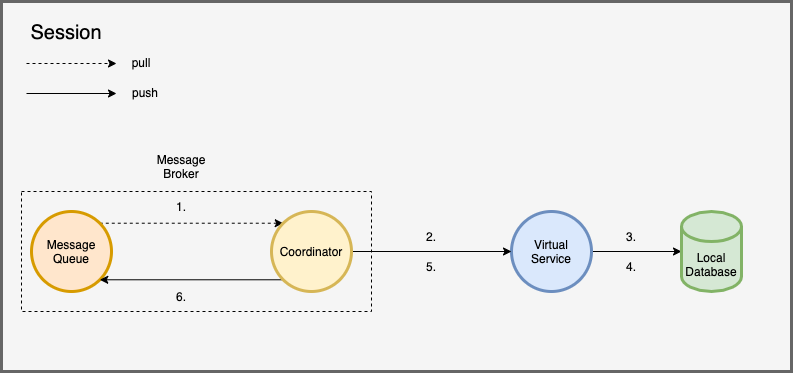
Earlier version of the draw.io export img/diagram-processing.drawio.png (ccchrunik/hierasaga). Source tidied: cells renumbered, new cells last; positions are measured from the earlier drawing's top-left corner, leaving out a move shared by most shapes. Its diagram source:
```xml
<mxGraphModel>
  <root>
    <mxCell id="0" />
    <mxCell id="1" parent="0" />
    <mxCell id="2" style="rounded=0;whiteSpace=wrap;html=1;strokeWidth=3;fillColor=#f5f5f5;strokeColor=#666666;fontColor=#333333;" parent="1" vertex="1">
      <mxGeometry width="790" height="370" as="geometry" />
    </mxCell>
    <mxCell id="3" style="edgeStyle=none;rounded=0;jettySize=auto;html=1;exitX=1;exitY=0;exitDx=0;exitDy=0;entryX=0;entryY=0;entryDx=0;entryDy=0;startArrow=none;startFill=0;dashed=1;" parent="1" edge="1" source="4" target="9">
      <mxGeometry relative="1" as="geometry" />
    </mxCell>
    <mxCell id="4" value="Message&lt;br&gt;Queue" style="ellipse;whiteSpace=wrap;html=1;strokeWidth=3;fillColor=#ffe6cc;strokeColor=#d79b00;" parent="1" vertex="1">
      <mxGeometry x="30" y="210" width="80" height="80" as="geometry" />
    </mxCell>
    <mxCell id="5" style="edgeStyle=none;rounded=0;jettySize=auto;html=1;exitX=1;exitY=0.5;exitDx=0;exitDy=0;entryX=0;entryY=0.5;entryDx=0;entryDy=0;entryPerimeter=0;startArrow=none;startFill=0;" parent="1" edge="1" source="6" target="10">
      <mxGeometry relative="1" as="geometry" />
    </mxCell>
    <mxCell id="6" value="Virtual&lt;br&gt;Service" style="ellipse;whiteSpace=wrap;html=1;strokeWidth=3;fillColor=#dae8fc;strokeColor=#6c8ebf;" parent="1" vertex="1">
      <mxGeometry x="510" y="210" width="80" height="80" as="geometry" />
    </mxCell>
    <mxCell id="7" style="edgeStyle=none;rounded=0;jettySize=auto;html=1;exitX=1;exitY=0.5;exitDx=0;exitDy=0;entryX=0;entryY=0.5;entryDx=0;entryDy=0;startArrow=none;startFill=0;" parent="1" edge="1" source="9" target="6">
      <mxGeometry relative="1" as="geometry" />
    </mxCell>
    <mxCell id="8" style="edgeStyle=none;rounded=0;jettySize=auto;html=1;exitX=0;exitY=1;exitDx=0;exitDy=0;entryX=1;entryY=1;entryDx=0;entryDy=0;startArrow=none;startFill=0;" parent="1" edge="1" source="9" target="4">
      <mxGeometry relative="1" as="geometry" />
    </mxCell>
    <mxCell id="9" value="Coordinator" style="ellipse;whiteSpace=wrap;html=1;strokeWidth=3;fillColor=#fff2cc;strokeColor=#d6b656;" parent="1" vertex="1">
      <mxGeometry x="270" y="210" width="80" height="80" as="geometry" />
    </mxCell>
    <mxCell id="10" value="Local&lt;br&gt;Database" style="shape=cylinder3;whiteSpace=wrap;html=1;boundedLbl=1;backgroundOutline=1;size=15;strokeWidth=3;fillColor=#d5e8d4;strokeColor=#82b366;" parent="1" vertex="1">
      <mxGeometry x="680" y="210" width="60" height="80" as="geometry" />
    </mxCell>
    <mxCell id="11" value="&lt;font style=&quot;font-size: 20px&quot;&gt;Session&lt;/font&gt;" style="text;html=1;strokeColor=none;fillColor=none;align=center;verticalAlign=middle;whiteSpace=wrap;rounded=0;" parent="1" vertex="1">
      <mxGeometry x="20" y="16" width="90" height="30" as="geometry" />
    </mxCell>
    <mxCell id="12" value="1." style="text;html=1;strokeColor=none;fillColor=none;align=center;verticalAlign=middle;whiteSpace=wrap;rounded=0;" parent="1" vertex="1">
      <mxGeometry x="150" y="190" width="60" height="30" as="geometry" />
    </mxCell>
    <mxCell id="13" style="group;" parent="1" vertex="1">
      <mxGeometry x="25" y="46" width="159" height="60" as="geometry" />
    </mxCell>
    <mxCell id="14" style="edgeStyle=none;rounded=0;orthogonalLoop=1;jettySize=auto;html=1;entryX=0;entryY=0.5;entryDx=0;entryDy=0;dashed=1;startArrow=none;startFill=0;" parent="13" edge="1">
      <mxGeometry as="geometry">
        <mxPoint y="16" as="sourcePoint" />
        <mxPoint x="90" y="16" as="targetPoint" />
      </mxGeometry>
    </mxCell>
    <mxCell id="15" style="edgeStyle=none;rounded=0;orthogonalLoop=1;jettySize=auto;html=1;entryX=0;entryY=0.5;entryDx=0;entryDy=0;startArrow=none;startFill=0;" parent="13" edge="1">
      <mxGeometry as="geometry">
        <mxPoint y="46" as="sourcePoint" />
        <mxPoint x="90" y="46" as="targetPoint" />
      </mxGeometry>
    </mxCell>
    <mxCell id="16" value="pull" style="text;html=1;strokeColor=none;fillColor=none;align=center;verticalAlign=middle;whiteSpace=wrap;rounded=0;" parent="13" vertex="1">
      <mxGeometry x="75" width="80" height="30" as="geometry" />
    </mxCell>
    <mxCell id="17" value="push" style="text;html=1;strokeColor=none;fillColor=none;align=center;verticalAlign=middle;whiteSpace=wrap;rounded=0;" parent="13" vertex="1">
      <mxGeometry x="79" y="30" width="80" height="30" as="geometry" />
    </mxCell>
    <mxCell id="18" value="2." style="text;html=1;strokeColor=none;fillColor=none;align=center;verticalAlign=middle;whiteSpace=wrap;rounded=0;" parent="1" vertex="1">
      <mxGeometry x="400" y="220" width="60" height="30" as="geometry" />
    </mxCell>
    <mxCell id="19" value="3." style="text;html=1;strokeColor=none;fillColor=none;align=center;verticalAlign=middle;whiteSpace=wrap;rounded=0;" parent="1" vertex="1">
      <mxGeometry x="600" y="220" width="60" height="30" as="geometry" />
    </mxCell>
    <mxCell id="20" value="5." style="text;html=1;strokeColor=none;fillColor=none;align=center;verticalAlign=middle;whiteSpace=wrap;rounded=0;" parent="1" vertex="1">
      <mxGeometry x="400" y="250" width="60" height="30" as="geometry" />
    </mxCell>
    <mxCell id="21" style="rounded=0;whiteSpace=wrap;html=1;strokeWidth=1;fillColor=none;dashed=1;" parent="1" vertex="1">
      <mxGeometry x="20" y="190" width="350" height="120" as="geometry" />
    </mxCell>
    <mxCell id="22" value="Message&lt;br&gt;Broker" style="text;html=1;strokeColor=none;fillColor=none;align=center;verticalAlign=middle;whiteSpace=wrap;rounded=0;" parent="1" vertex="1">
      <mxGeometry x="150" y="150" width="60" height="30" as="geometry" />
    </mxCell>
    <mxCell id="23" value="6." style="text;html=1;strokeColor=none;fillColor=none;align=center;verticalAlign=middle;whiteSpace=wrap;rounded=0;" parent="1" vertex="1">
      <mxGeometry x="150" y="280" width="60" height="30" as="geometry" />
    </mxCell>
    <mxCell id="24" value="4." style="text;html=1;strokeColor=none;fillColor=none;align=center;verticalAlign=middle;whiteSpace=wrap;rounded=0;" parent="1" vertex="1">
      <mxGeometry x="600" y="250" width="60" height="30" as="geometry" />
    </mxCell>
  </root>
</mxGraphModel>
```
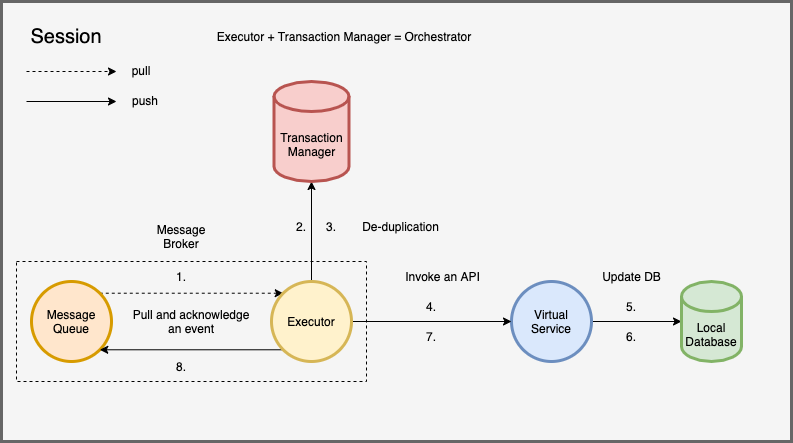
After the change.

Change to the diagram source:
```diff
@@ -1,81 +1,108 @@
 <mxGraphModel>
   <root>
-    <mxCell id="0" />
-    <mxCell id="1" parent="0" />
-    <mxCell id="2" style="rounded=0;whiteSpace=wrap;html=1;strokeWidth=3;fillColor=#f5f5f5;strokeColor=#666666;fontColor=#333333;" parent="1" vertex="1">
-      <mxGeometry width="790" height="370" as="geometry" />
-    </mxCell>
-    <mxCell id="3" style="edgeStyle=none;rounded=0;jettySize=auto;html=1;exitX=1;exitY=0;exitDx=0;exitDy=0;entryX=0;entryY=0;entryDx=0;entryDy=0;startArrow=none;startFill=0;dashed=1;" parent="1" edge="1" source="4" target="9">
-      <mxGeometry relative="1" as="geometry" />
-    </mxCell>
+    <mxCell id="25" />
+    <mxCell id="26" parent="25" />
+    <mxCell id="27" style="rounded=0;whiteSpace=wrap;html=1;strokeWidth=3;fillColor=#f5f5f5;strokeColor=#666666;fontColor=#333333;" parent="26" vertex="1">
+      <mxGeometry y="-70" width="790" height="440" as="geometry" />
+    </mxCell>
+    <mxCell id="28" style="edgeStyle=none;rounded=0;jettySize=auto;html=1;exitX=1;exitY=0;exitDx=0;exitDy=0;entryX=0;entryY=0;entryDx=0;entryDy=0;startArrow=none;startFill=0;dashed=1;" parent="26" edge="1" source="4" target="32">
+      <mxGeometry relative="1" as="geometry" />
+    </mxCell>
-    <mxCell id="4" value="Message&lt;br&gt;Queue" style="ellipse;whiteSpace=wrap;html=1;strokeWidth=3;fillColor=#ffe6cc;strokeColor=#d79b00;" parent="1" vertex="1">
+    <mxCell id="4" value="Message&lt;br&gt;Queue" style="ellipse;whiteSpace=wrap;html=1;strokeWidth=3;fillColor=#ffe6cc;strokeColor=#d79b00;" parent="26" vertex="1">
       <mxGeometry x="30" y="210" width="80" height="80" as="geometry" />
     </mxCell>
-    <mxCell id="5" style="edgeStyle=none;rounded=0;jettySize=auto;html=1;exitX=1;exitY=0.5;exitDx=0;exitDy=0;entryX=0;entryY=0.5;entryDx=0;entryDy=0;entryPerimeter=0;startArrow=none;startFill=0;" parent="1" edge="1" source="6" target="10">
+    <mxCell id="5" style="edgeStyle=none;rounded=0;jettySize=auto;html=1;exitX=1;exitY=0.5;exitDx=0;exitDy=0;entryX=0;entryY=0.5;entryDx=0;entryDy=0;entryPerimeter=0;startArrow=none;startFill=0;" parent="26" edge="1" source="6" target="10">
       <mxGeometry relative="1" as="geometry" />
     </mxCell>
-    <mxCell id="6" value="Virtual&lt;br&gt;Service" style="ellipse;whiteSpace=wrap;html=1;strokeWidth=3;fillColor=#dae8fc;strokeColor=#6c8ebf;" parent="1" vertex="1">
+    <mxCell id="6" value="Virtual&lt;br&gt;Service" style="ellipse;whiteSpace=wrap;html=1;strokeWidth=3;fillColor=#dae8fc;strokeColor=#6c8ebf;" parent="26" vertex="1">
       <mxGeometry x="510" y="210" width="80" height="80" as="geometry" />
     </mxCell>
-    <mxCell id="7" style="edgeStyle=none;rounded=0;jettySize=auto;html=1;exitX=1;exitY=0.5;exitDx=0;exitDy=0;entryX=0;entryY=0.5;entryDx=0;entryDy=0;startArrow=none;startFill=0;" parent="1" edge="1" source="9" target="6">
-      <mxGeometry relative="1" as="geometry" />
-    </mxCell>
-    <mxCell id="8" style="edgeStyle=none;rounded=0;jettySize=auto;html=1;exitX=0;exitY=1;exitDx=0;exitDy=0;entryX=1;entryY=1;entryDx=0;entryDy=0;startArrow=none;startFill=0;" parent="1" edge="1" source="9" target="4">
-      <mxGeometry relative="1" as="geometry" />
-    </mxCell>
-    <mxCell id="9" value="Coordinator" style="ellipse;whiteSpace=wrap;html=1;strokeWidth=3;fillColor=#fff2cc;strokeColor=#d6b656;" parent="1" vertex="1">
-      <mxGeometry x="270" y="210" width="80" height="80" as="geometry" />
-    </mxCell>
+    <mxCell id="29" style="edgeStyle=none;rounded=0;jettySize=auto;html=1;exitX=0.5;exitY=0;exitDx=0;exitDy=0;entryX=0.5;entryY=1;entryDx=0;entryDy=0;entryPerimeter=0;startArrow=none;startFill=0;" parent="26" edge="1" source="32" target="33">
+      <mxGeometry relative="1" as="geometry" />
+    </mxCell>
+    <mxCell id="30" style="edgeStyle=none;rounded=0;jettySize=auto;html=1;exitX=1;exitY=0.5;exitDx=0;exitDy=0;entryX=0;entryY=0.5;entryDx=0;entryDy=0;startArrow=none;startFill=0;" parent="26" edge="1" source="32" target="6">
+      <mxGeometry relative="1" as="geometry" />
+    </mxCell>
+    <mxCell id="31" style="edgeStyle=none;rounded=0;jettySize=auto;html=1;exitX=0;exitY=1;exitDx=0;exitDy=0;entryX=1;entryY=1;entryDx=0;entryDy=0;startArrow=none;startFill=0;" parent="26" edge="1" source="32" target="4">
+      <mxGeometry relative="1" as="geometry" />
+    </mxCell>
+    <mxCell id="32" value="Executor" style="ellipse;whiteSpace=wrap;html=1;strokeWidth=3;fillColor=#fff2cc;strokeColor=#d6b656;" parent="26" vertex="1">
+      <mxGeometry x="270" y="210" width="80" height="80" as="geometry" />
+    </mxCell>
+    <mxCell id="33" value="Transaction&lt;br&gt;Manager" style="shape=cylinder3;whiteSpace=wrap;html=1;boundedLbl=1;backgroundOutline=1;size=15;strokeWidth=3;fillColor=#f8cecc;strokeColor=#b85450;" parent="26" vertex="1">
+      <mxGeometry x="272.5" y="10" width="75" height="100" as="geometry" />
+    </mxCell>
-    <mxCell id="10" value="Local&lt;br&gt;Database" style="shape=cylinder3;whiteSpace=wrap;html=1;boundedLbl=1;backgroundOutline=1;size=15;strokeWidth=3;fillColor=#d5e8d4;strokeColor=#82b366;" parent="1" vertex="1">
+    <mxCell id="10" value="Local&lt;br&gt;Database" style="shape=cylinder3;whiteSpace=wrap;html=1;boundedLbl=1;backgroundOutline=1;size=15;strokeWidth=3;fillColor=#d5e8d4;strokeColor=#82b366;" parent="26" vertex="1">
       <mxGeometry x="680" y="210" width="60" height="80" as="geometry" />
     </mxCell>
-    <mxCell id="11" value="&lt;font style=&quot;font-size: 20px&quot;&gt;Session&lt;/font&gt;" style="text;html=1;strokeColor=none;fillColor=none;align=center;verticalAlign=middle;whiteSpace=wrap;rounded=0;" parent="1" vertex="1">
-      <mxGeometry x="20" y="16" width="90" height="30" as="geometry" />
+    <mxCell id="11" value="&lt;font style=&quot;font-size: 20px&quot;&gt;Session&lt;/font&gt;" style="text;html=1;strokeColor=none;fillColor=none;align=center;verticalAlign=middle;whiteSpace=wrap;rounded=0;" parent="26" vertex="1">
+      <mxGeometry x="20" y="-50" width="90" height="30" as="geometry" />
     </mxCell>
-    <mxCell id="12" value="1." style="text;html=1;strokeColor=none;fillColor=none;align=center;verticalAlign=middle;whiteSpace=wrap;rounded=0;" parent="1" vertex="1">
+    <mxCell id="12" value="1." style="text;html=1;strokeColor=none;fillColor=none;align=center;verticalAlign=middle;whiteSpace=wrap;rounded=0;" parent="26" vertex="1">
       <mxGeometry x="150" y="190" width="60" height="30" as="geometry" />
     </mxCell>
-    <mxCell id="13" style="group;" parent="1" vertex="1">
-      <mxGeometry x="25" y="46" width="159" height="60" as="geometry" />
-    </mxCell>
-    <mxCell id="14" style="edgeStyle=none;rounded=0;orthogonalLoop=1;jettySize=auto;html=1;entryX=0;entryY=0.5;entryDx=0;entryDy=0;dashed=1;startArrow=none;startFill=0;" parent="13" edge="1">
-      <mxGeometry as="geometry">
-        <mxPoint y="16" as="sourcePoint" />
-        <mxPoint x="90" y="16" as="targetPoint" />
-      </mxGeometry>
-    </mxCell>
-    <mxCell id="15" style="edgeStyle=none;rounded=0;orthogonalLoop=1;jettySize=auto;html=1;entryX=0;entryY=0.5;entryDx=0;entryDy=0;startArrow=none;startFill=0;" parent="13" edge="1">
-      <mxGeometry as="geometry">
-        <mxPoint y="46" as="sourcePoint" />
-        <mxPoint x="90" y="46" as="targetPoint" />
-      </mxGeometry>
-    </mxCell>
+    <mxCell id="18" value="2." style="text;html=1;strokeColor=none;fillColor=none;align=center;verticalAlign=middle;whiteSpace=wrap;rounded=0;" parent="26" vertex="1">
+      <mxGeometry x="270" y="140" width="60" height="30" as="geometry" />
+    </mxCell>
+    <mxCell id="34" style="group;" parent="26" vertex="1">
+      <mxGeometry x="25" y="-16" width="159" height="60" as="geometry" />
+    </mxCell>
+    <mxCell id="35" style="edgeStyle=none;rounded=0;orthogonalLoop=1;jettySize=auto;html=1;entryX=0;entryY=0.5;entryDx=0;entryDy=0;dashed=1;startArrow=none;startFill=0;" parent="34" edge="1">
+      <mxGeometry as="geometry">
+        <mxPoint y="16" as="sourcePoint" />
+        <mxPoint x="90" y="16" as="targetPoint" />
+      </mxGeometry>
+    </mxCell>
+    <mxCell id="36" style="edgeStyle=none;rounded=0;orthogonalLoop=1;jettySize=auto;html=1;entryX=0;entryY=0.5;entryDx=0;entryDy=0;startArrow=none;startFill=0;" parent="34" edge="1">
+      <mxGeometry as="geometry">
+        <mxPoint y="46" as="sourcePoint" />
+        <mxPoint x="90" y="46" as="targetPoint" />
+      </mxGeometry>
+    </mxCell>
-    <mxCell id="16" value="pull" style="text;html=1;strokeColor=none;fillColor=none;align=center;verticalAlign=middle;whiteSpace=wrap;rounded=0;" parent="13" vertex="1">
+    <mxCell id="16" value="pull" style="text;html=1;strokeColor=none;fillColor=none;align=center;verticalAlign=middle;whiteSpace=wrap;rounded=0;" parent="34" vertex="1">
       <mxGeometry x="75" width="80" height="30" as="geometry" />
     </mxCell>
-    <mxCell id="17" value="push" style="text;html=1;strokeColor=none;fillColor=none;align=center;verticalAlign=middle;whiteSpace=wrap;rounded=0;" parent="13" vertex="1">
+    <mxCell id="17" value="push" style="text;html=1;strokeColor=none;fillColor=none;align=center;verticalAlign=middle;whiteSpace=wrap;rounded=0;" parent="34" vertex="1">
       <mxGeometry x="79" y="30" width="80" height="30" as="geometry" />
     </mxCell>
-    <mxCell id="18" value="2." style="text;html=1;strokeColor=none;fillColor=none;align=center;verticalAlign=middle;whiteSpace=wrap;rounded=0;" parent="1" vertex="1">
-      <mxGeometry x="400" y="220" width="60" height="30" as="geometry" />
-    </mxCell>
+    <mxCell id="24" value="4." style="text;html=1;strokeColor=none;fillColor=none;align=center;verticalAlign=middle;whiteSpace=wrap;rounded=0;" parent="26" vertex="1">
+      <mxGeometry x="400" y="220" width="60" height="30" as="geometry" />
+    </mxCell>
+    <mxCell id="20" value="5." style="text;html=1;strokeColor=none;fillColor=none;align=center;verticalAlign=middle;whiteSpace=wrap;rounded=0;" parent="26" vertex="1">
+      <mxGeometry x="600" y="220" width="60" height="30" as="geometry" />
+    </mxCell>
+    <mxCell id="37" value="7." style="text;html=1;strokeColor=none;fillColor=none;align=center;verticalAlign=middle;whiteSpace=wrap;rounded=0;" parent="26" vertex="1">
+      <mxGeometry x="400" y="250" width="60" height="30" as="geometry" />
+    </mxCell>
+    <mxCell id="38" style="rounded=0;whiteSpace=wrap;html=1;strokeWidth=1;fillColor=none;dashed=1;" parent="26" vertex="1">
+      <mxGeometry x="15" y="190" width="350" height="120" as="geometry" />
+    </mxCell>
+    <mxCell id="22" value="Message&lt;br&gt;Broker" style="text;html=1;strokeColor=none;fillColor=none;align=center;verticalAlign=middle;whiteSpace=wrap;rounded=0;" parent="26" vertex="1">
+      <mxGeometry x="150" y="150" width="60" height="30" as="geometry" />
+    </mxCell>
+    <mxCell id="39" value="8." style="text;html=1;strokeColor=none;fillColor=none;align=center;verticalAlign=middle;whiteSpace=wrap;rounded=0;" parent="26" vertex="1">
+      <mxGeometry x="150" y="280" width="60" height="30" as="geometry" />
+    </mxCell>
-    <mxCell id="19" value="3." style="text;html=1;strokeColor=none;fillColor=none;align=center;verticalAlign=middle;whiteSpace=wrap;rounded=0;" parent="1" vertex="1">
-      <mxGeometry x="600" y="220" width="60" height="30" as="geometry" />
+    <mxCell id="19" value="3." style="text;html=1;strokeColor=none;fillColor=none;align=center;verticalAlign=middle;whiteSpace=wrap;rounded=0;" parent="26" vertex="1">
+      <mxGeometry x="300" y="140" width="60" height="30" as="geometry" />
     </mxCell>
-    <mxCell id="20" value="5." style="text;html=1;strokeColor=none;fillColor=none;align=center;verticalAlign=middle;whiteSpace=wrap;rounded=0;" parent="1" vertex="1">
-      <mxGeometry x="400" y="250" width="60" height="30" as="geometry" />
-    </mxCell>
-    <mxCell id="21" style="rounded=0;whiteSpace=wrap;html=1;strokeWidth=1;fillColor=none;dashed=1;" parent="1" vertex="1">
-      <mxGeometry x="20" y="190" width="350" height="120" as="geometry" />
-    </mxCell>
-    <mxCell id="22" value="Message&lt;br&gt;Broker" style="text;html=1;strokeColor=none;fillColor=none;align=center;verticalAlign=middle;whiteSpace=wrap;rounded=0;" parent="1" vertex="1">
-      <mxGeometry x="150" y="150" width="60" height="30" as="geometry" />
-    </mxCell>
-    <mxCell id="23" value="6." style="text;html=1;strokeColor=none;fillColor=none;align=center;verticalAlign=middle;whiteSpace=wrap;rounded=0;" parent="1" vertex="1">
-      <mxGeometry x="150" y="280" width="60" height="30" as="geometry" />
+    <mxCell id="23" value="6." style="text;html=1;strokeColor=none;fillColor=none;align=center;verticalAlign=middle;whiteSpace=wrap;rounded=0;" parent="26" vertex="1">
+      <mxGeometry x="600" y="250" width="60" height="30" as="geometry" />
     </mxCell>
-    <mxCell id="24" value="4." style="text;html=1;strokeColor=none;fillColor=none;align=center;verticalAlign=middle;whiteSpace=wrap;rounded=0;" parent="1" vertex="1">
-      <mxGeometry x="600" y="250" width="60" height="30" as="geometry" />
-    </mxCell>
+    <mxCell id="40" value="De-duplication" style="text;html=1;strokeColor=none;fillColor=none;align=center;verticalAlign=middle;whiteSpace=wrap;rounded=0;opacity=50;" parent="26" vertex="1">
+      <mxGeometry x="347.5" y="140" width="102.5" height="30" as="geometry" />
+    </mxCell>
+    <mxCell id="41" value="Pull and acknowledge an event" style="text;html=1;strokeColor=none;fillColor=none;align=center;verticalAlign=middle;whiteSpace=wrap;rounded=0;opacity=70;" parent="26" vertex="1">
+      <mxGeometry x="130" y="235" width="120" height="30" as="geometry" />
+    </mxCell>
+    <mxCell id="42" value="Invoke an API" style="text;html=1;strokeColor=none;fillColor=none;align=center;verticalAlign=middle;whiteSpace=wrap;rounded=0;opacity=50;" parent="26" vertex="1">
+      <mxGeometry x="390" y="190" width="102.5" height="30" as="geometry" />
+    </mxCell>
+    <mxCell id="43" value="Update DB" style="text;html=1;strokeColor=none;fillColor=none;align=center;verticalAlign=middle;whiteSpace=wrap;rounded=0;opacity=50;" parent="26" vertex="1">
+      <mxGeometry x="578.8" y="190" width="102.5" height="30" as="geometry" />
+    </mxCell>
+    <mxCell id="44" value="Executor + Transaction Manager = Orchestrator" style="text;html=1;strokeColor=none;fillColor=none;align=center;verticalAlign=middle;whiteSpace=wrap;rounded=0;opacity=70;" parent="26" vertex="1">
+      <mxGeometry x="207.5" y="-50" width="270" height="30" as="geometry" />
+    </mxCell>
   </root>
 </mxGraphModel>
```
